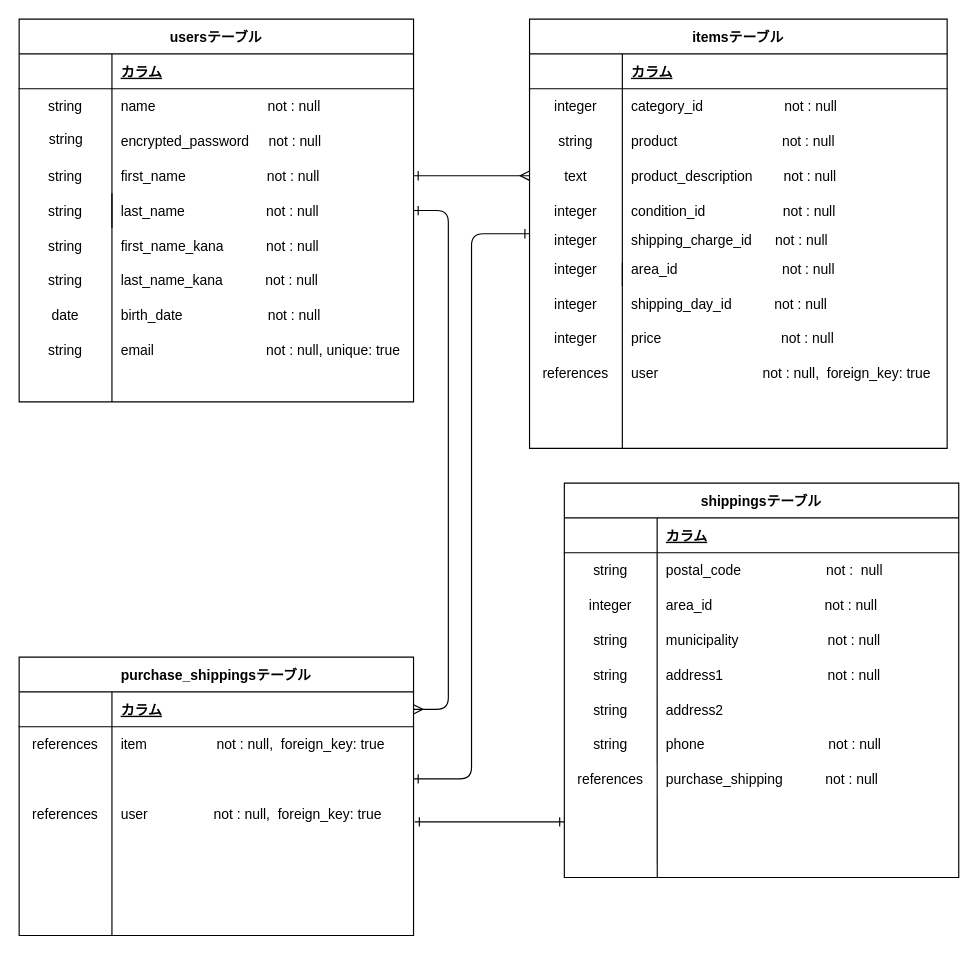
Earlier version of the draw.io diagram furima.dio (shigeruhanafusa/furima-38077). Source tidied: cells renumbered, new cells numbered last; positions are measured from the earlier drawing's top-left corner, leaving out a move shared by most shapes. Both pictures are drawn from the tidied source at 116%, with x=0, y=0 at pixel (19, 19).
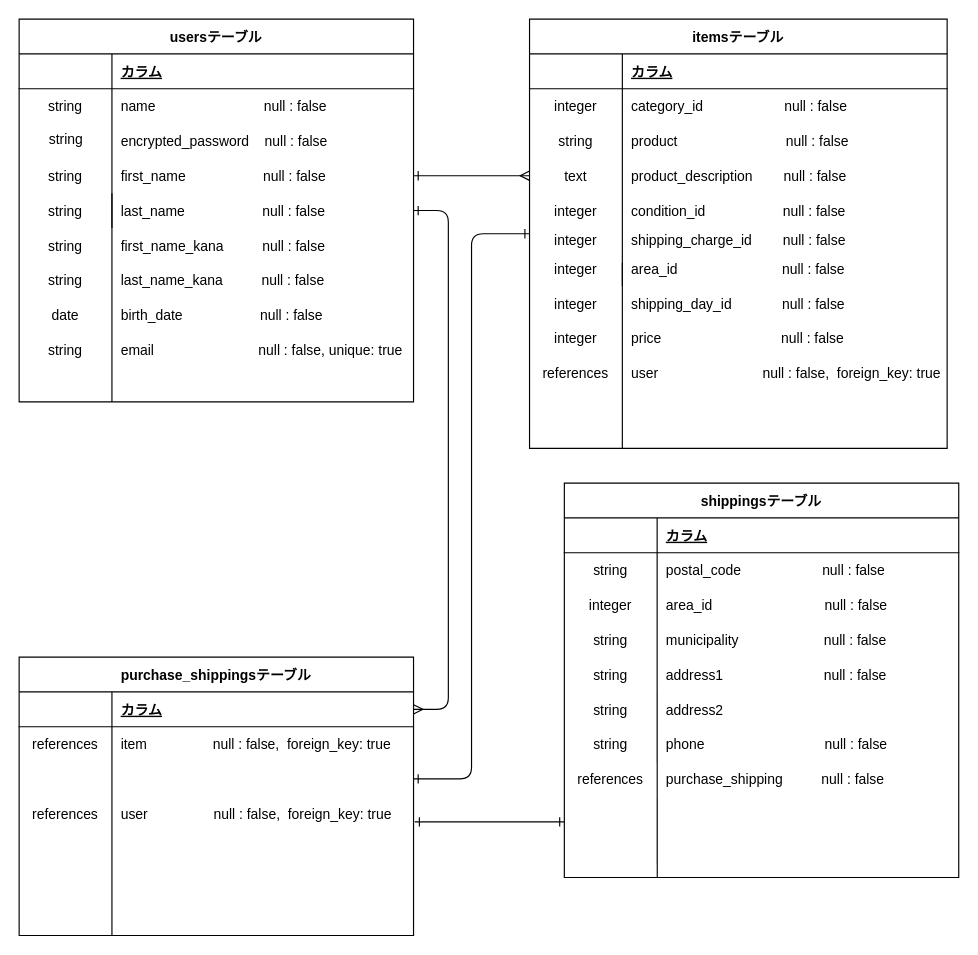
The same diagram, later.

Commit message:
ER図をnot:nullからnull:falseに修正

Unchanged cells that the change refers to:
```xml
<mxCell id="6" style="shape=partialRectangle;fillColor=none;top=0;left=0;bottom=0;right=0;" parent="2" vertex="1">
  <mxGeometry y="60" width="340" height="30" as="geometry" />
</mxCell>
<mxCell id="9" style="shape=partialRectangle;fillColor=none;top=0;left=0;bottom=0;right=0;" parent="2" vertex="1">
  <mxGeometry y="90" width="340" height="30" as="geometry" />
</mxCell>
<mxCell id="12" style="shape=partialRectangle;fillColor=none;top=0;left=0;bottom=0;right=0;points=[[0,0.5],[1,0.5]];portConstraint=eastwest;" parent="2" vertex="1">
  <mxGeometry y="120" width="340" height="30" as="geometry" />
</mxCell>
<mxCell id="15" style="shape=partialRectangle;fillColor=none;top=0;left=0;bottom=0;right=0;points=[[0,0.5],[1,0.5]];portConstraint=eastwest;" parent="2" vertex="1">
  <mxGeometry y="150" width="340" height="30" as="geometry" />
</mxCell>
<mxCell id="25" style="shape=partialRectangle;fillColor=none;top=0;left=0;bottom=0;right=0;" parent="21" vertex="1">
  <mxGeometry y="60" width="360" height="30" as="geometry" />
</mxCell>
<mxCell id="28" style="shape=partialRectangle;fillColor=none;top=0;left=0;bottom=0;right=0;" parent="21" vertex="1">
  <mxGeometry y="90" width="360" height="30" as="geometry" />
</mxCell>
<mxCell id="31" style="shape=partialRectangle;fillColor=none;top=0;left=0;bottom=0;right=0;points=[[0,0.5],[1,0.5]];portConstraint=eastwest;" parent="21" vertex="1">
  <mxGeometry y="120" width="360" height="30" as="geometry" />
</mxCell>
<mxCell id="34" style="shape=partialRectangle;fillColor=none;top=0;left=0;bottom=0;right=0;" parent="21" vertex="1">
  <mxGeometry y="150" width="360" height="30" as="geometry" />
</mxCell>
<mxCell id="37" style="shape=partialRectangle;fillColor=none;top=0;left=0;bottom=0;right=0;" parent="21" vertex="1">
  <mxGeometry y="180" width="360" height="20" as="geometry" />
</mxCell>
<mxCell id="40" style="shape=partialRectangle;fillColor=none;top=0;left=0;bottom=0;right=0;" parent="21" vertex="1">
  <mxGeometry y="200" width="360" height="30" as="geometry" />
</mxCell>
<mxCell id="47" style="shape=partialRectangle;fillColor=none;top=0;left=0;bottom=0;right=0;" parent="43" vertex="1">
  <mxGeometry y="60" width="340" height="30" as="geometry" />
</mxCell>
<mxCell id="50" style="shape=partialRectangle;fillColor=none;top=0;left=0;bottom=0;right=0;" parent="43" vertex="1">
  <mxGeometry y="90" width="340" height="30" as="geometry" />
</mxCell>
<mxCell id="53" style="shape=partialRectangle;fillColor=none;top=0;left=0;bottom=0;right=0;" parent="43" vertex="1">
  <mxGeometry y="120" width="340" height="30" as="geometry" />
</mxCell>
<mxCell id="56" style="shape=partialRectangle;fillColor=none;top=0;left=0;bottom=0;right=0;" parent="43" vertex="1">
  <mxGeometry y="150" width="340" height="30" as="geometry" />
</mxCell>
<mxCell id="89" style="shape=partialRectangle;fillColor=none;top=0;left=0;bottom=0;right=0;" parent="85" vertex="1">
  <mxGeometry y="60" width="340" height="30" as="geometry" />
</mxCell>
<mxCell id="95" style="shape=partialRectangle;fillColor=none;top=0;left=0;bottom=0;right=0;points=[[0,0.5],[1,0.5]];portConstraint=eastwest;" parent="85" vertex="1">
  <mxGeometry y="120" width="340" height="30" as="geometry" />
</mxCell>
```

What changed in the source:
```diff
@@
-    <mxCell id="8" value="name                             not : null" style="shape=partialRectangle;fillColor=none;top=0;left=0;bottom=0;right=0;align=left;spacingLeft=6;overflow=hidden;" parent="6" vertex="1">
+    <mxCell id="8" value="name                            null : false" style="shape=partialRectangle;fillColor=none;top=0;left=0;bottom=0;right=0;align=left;spacingLeft=6;overflow=hidden;" parent="6" vertex="1">
       <mxGeometry x="80" width="260" height="30" as="geometry" />
     </mxCell>
@@
-    <mxCell id="11" value="encrypted_password     not : null" style="shape=partialRectangle;fillColor=none;top=0;left=0;bottom=0;right=0;align=left;spacingLeft=6;overflow=hidden;" parent="9" vertex="1">
+    <mxCell id="11" value="encrypted_password    null : false" style="shape=partialRectangle;fillColor=none;top=0;left=0;bottom=0;right=0;align=left;spacingLeft=6;overflow=hidden;" parent="9" vertex="1">
       <mxGeometry x="80" width="260" height="30" as="geometry" />
     </mxCell>
@@
-    <mxCell id="14" value="first_name                     not : null" style="shape=partialRectangle;fillColor=none;top=0;left=0;bottom=0;right=0;align=left;spacingLeft=6;overflow=hidden;" parent="12" vertex="1">
+    <mxCell id="14" value="first_name                    null : false" style="shape=partialRectangle;fillColor=none;top=0;left=0;bottom=0;right=0;align=left;spacingLeft=6;overflow=hidden;" parent="12" vertex="1">
       <mxGeometry x="80" width="260" height="30" as="geometry" />
     </mxCell>
@@
-    <mxCell id="17" value="last_name                     not : null" style="shape=partialRectangle;fillColor=none;top=0;left=0;bottom=0;right=0;align=left;spacingLeft=6;overflow=hidden;" parent="15" vertex="1">
+    <mxCell id="17" value="last_name                    null : false" style="shape=partialRectangle;fillColor=none;top=0;left=0;bottom=0;right=0;align=left;spacingLeft=6;overflow=hidden;" parent="15" vertex="1">
       <mxGeometry x="80" width="260" height="30" as="geometry" />
     </mxCell>
@@
-    <mxCell id="27" value="category_id                     not : null" style="shape=partialRectangle;fillColor=none;top=0;left=0;bottom=0;right=0;align=left;spacingLeft=6;overflow=hidden;" parent="25" vertex="1">
+    <mxCell id="27" value="category_id                     null : false" style="shape=partialRectangle;fillColor=none;top=0;left=0;bottom=0;right=0;align=left;spacingLeft=6;overflow=hidden;" parent="25" vertex="1">
       <mxGeometry x="80" width="280" height="30" as="geometry" />
     </mxCell>
@@
-    <mxCell id="30" value="product                           not : null" style="shape=partialRectangle;fillColor=none;top=0;left=0;bottom=0;right=0;align=left;spacingLeft=6;overflow=hidden;" parent="28" vertex="1">
+    <mxCell id="30" value="product                            null : false" style="shape=partialRectangle;fillColor=none;top=0;left=0;bottom=0;right=0;align=left;spacingLeft=6;overflow=hidden;" parent="28" vertex="1">
       <mxGeometry x="80" width="280" height="30" as="geometry" />
     </mxCell>
@@
-    <mxCell id="33" value="product_description        not : null" style="shape=partialRectangle;fillColor=none;top=0;left=0;bottom=0;right=0;align=left;spacingLeft=6;overflow=hidden;" parent="31" vertex="1">
+    <mxCell id="33" value="product_description        null : false" style="shape=partialRectangle;fillColor=none;top=0;left=0;bottom=0;right=0;align=left;spacingLeft=6;overflow=hidden;" parent="31" vertex="1">
       <mxGeometry x="80" width="280" height="30" as="geometry" />
     </mxCell>
@@
-    <mxCell id="36" value="condition_id                    not : null" style="shape=partialRectangle;fillColor=none;top=0;left=0;bottom=0;right=0;align=left;spacingLeft=6;overflow=hidden;" parent="34" vertex="1">
+    <mxCell id="36" value="condition_id                    null : false" style="shape=partialRectangle;fillColor=none;top=0;left=0;bottom=0;right=0;align=left;spacingLeft=6;overflow=hidden;" parent="34" vertex="1">
       <mxGeometry x="80" width="280" height="30" as="geometry" />
     </mxCell>
@@
-    <mxCell id="39" value="shipping_charge_id      not : null" style="shape=partialRectangle;fillColor=none;top=0;left=0;bottom=0;right=0;align=left;spacingLeft=6;overflow=hidden;" parent="37" vertex="1">
+    <mxCell id="39" value="shipping_charge_id        null : false" style="shape=partialRectangle;fillColor=none;top=0;left=0;bottom=0;right=0;align=left;spacingLeft=6;overflow=hidden;" parent="37" vertex="1">
       <mxGeometry x="80" width="280" height="20" as="geometry" />
     </mxCell>
@@
-    <mxCell id="42" value="area_id                           not : null" style="shape=partialRectangle;fillColor=none;top=0;left=0;bottom=0;right=0;align=left;spacingLeft=6;overflow=hidden;" parent="40" vertex="1">
+    <mxCell id="42" value="area_id                           null : false" style="shape=partialRectangle;fillColor=none;top=0;left=0;bottom=0;right=0;align=left;spacingLeft=6;overflow=hidden;fontStyle=0;" parent="40" vertex="1">
       <mxGeometry x="80" width="280" height="30" as="geometry" />
     </mxCell>
@@
-    <mxCell id="49" value="postal_code                      not :  null" style="shape=partialRectangle;fillColor=none;top=0;left=0;bottom=0;right=0;align=left;spacingLeft=6;overflow=hidden;" parent="47" vertex="1">
+    <mxCell id="49" value="postal_code                     null : false" style="shape=partialRectangle;fillColor=none;top=0;left=0;bottom=0;right=0;align=left;spacingLeft=6;overflow=hidden;" parent="47" vertex="1">
       <mxGeometry x="80" width="260" height="30" as="geometry" />
     </mxCell>
@@
-    <mxCell id="52" value="area_id                             not : null" style="shape=partialRectangle;fillColor=none;top=0;left=0;bottom=0;right=0;align=left;spacingLeft=6;overflow=hidden;" parent="50" vertex="1">
+    <mxCell id="52" value="area_id                             null : false" style="shape=partialRectangle;fillColor=none;top=0;left=0;bottom=0;right=0;align=left;spacingLeft=6;overflow=hidden;" parent="50" vertex="1">
       <mxGeometry x="80" width="260" height="30" as="geometry" />
     </mxCell>
@@
-    <mxCell id="55" value="municipality                       not : null" style="shape=partialRectangle;fillColor=none;top=0;left=0;bottom=0;right=0;align=left;spacingLeft=6;overflow=hidden;" parent="53" vertex="1">
+    <mxCell id="55" value="municipality                      null : false" style="shape=partialRectangle;fillColor=none;top=0;left=0;bottom=0;right=0;align=left;spacingLeft=6;overflow=hidden;" parent="53" vertex="1">
       <mxGeometry x="80" width="260" height="30" as="geometry" />
     </mxCell>
@@
-    <mxCell id="58" value="address1                           not : null" style="shape=partialRectangle;fillColor=none;top=0;left=0;bottom=0;right=0;align=left;spacingLeft=6;overflow=hidden;" parent="56" vertex="1">
+    <mxCell id="58" value="address1                          null : false" style="shape=partialRectangle;fillColor=none;top=0;left=0;bottom=0;right=0;align=left;spacingLeft=6;overflow=hidden;" parent="56" vertex="1">
       <mxGeometry x="80" width="260" height="30" as="geometry" />
     </mxCell>
@@
-    <mxCell id="65" value="shipping_day_id           not : null" style="shape=partialRectangle;fillColor=none;top=0;left=0;bottom=0;right=0;align=left;spacingLeft=6;overflow=hidden;" parent="1" vertex="1">
+    <mxCell id="65" value="shipping_day_id             null : false" style="shape=partialRectangle;fillColor=none;top=0;left=0;bottom=0;right=0;align=left;spacingLeft=6;overflow=hidden;" parent="1" vertex="1">
       <mxGeometry x="520" y="230" width="200" height="30" as="geometry" />
     </mxCell>
-    <mxCell id="66" value="price                               not : null" style="shape=partialRectangle;fillColor=none;top=0;left=0;bottom=0;right=0;align=left;spacingLeft=6;overflow=hidden;" parent="1" vertex="1">
+    <mxCell id="66" value="price                               null : false" style="shape=partialRectangle;fillColor=none;top=0;left=0;bottom=0;right=0;align=left;spacingLeft=6;overflow=hidden;" parent="1" vertex="1">
       <mxGeometry x="520" y="260" width="200" height="30" as="geometry" />
     </mxCell>
@@
-    <mxCell id="68" value="user                           not : null,  foreign_key: true" style="shape=partialRectangle;fillColor=none;top=0;left=0;bottom=0;right=0;align=left;spacingLeft=6;overflow=hidden;" parent="1" vertex="1">
+    <mxCell id="68" value="user                           null : false,  foreign_key: true" style="shape=partialRectangle;fillColor=none;top=0;left=0;bottom=0;right=0;align=left;spacingLeft=6;overflow=hidden;" parent="1" vertex="1">
       <mxGeometry x="520" y="290" width="280" height="30" as="geometry" />
     </mxCell>
-    <mxCell id="69" value="first_name_kana           not : null" style="shape=partialRectangle;fillColor=none;top=0;left=0;bottom=0;right=0;align=left;spacingLeft=6;overflow=hidden;" parent="1" vertex="1">
+    <mxCell id="69" value="first_name_kana          null : false" style="shape=partialRectangle;fillColor=none;top=0;left=0;bottom=0;right=0;align=left;spacingLeft=6;overflow=hidden;" parent="1" vertex="1">
       <mxGeometry x="80" y="180" width="190" height="30" as="geometry" />
     </mxCell>
-    <mxCell id="70" value="last_name_kana           not : null" style="shape=partialRectangle;fillColor=none;top=0;left=0;bottom=0;right=0;align=left;spacingLeft=6;overflow=hidden;" parent="1" vertex="1">
+    <mxCell id="70" value="last_name_kana          null : false" style="shape=partialRectangle;fillColor=none;top=0;left=0;bottom=0;right=0;align=left;spacingLeft=6;overflow=hidden;" parent="1" vertex="1">
       <mxGeometry x="80" y="210" width="190" height="30" as="geometry" />
     </mxCell>
@@
-    <mxCell id="73" value="birth_date                      not : null" style="shape=partialRectangle;fillColor=none;top=0;left=0;bottom=0;right=0;align=left;spacingLeft=6;overflow=hidden;" parent="1" vertex="1">
+    <mxCell id="73" value="birth_date                    null : false" style="shape=partialRectangle;fillColor=none;top=0;left=0;bottom=0;right=0;align=left;spacingLeft=6;overflow=hidden;" parent="1" vertex="1">
       <mxGeometry x="80" y="240" width="190" height="30" as="geometry" />
     </mxCell>
@@
-    <mxCell id="78" value="purchase_shipping           not : null" style="shape=partialRectangle;fillColor=none;top=0;left=0;bottom=0;right=0;align=left;spacingLeft=6;overflow=hidden;" parent="1" vertex="1">
+    <mxCell id="78" value="purchase_shipping          null : false" style="shape=partialRectangle;fillColor=none;top=0;left=0;bottom=0;right=0;align=left;spacingLeft=6;overflow=hidden;" parent="1" vertex="1">
       <mxGeometry x="550" y="640" width="260" height="30" as="geometry" />
     </mxCell>
@@
-    <mxCell id="83" value="phone                                not : null" style="shape=partialRectangle;fillColor=none;top=0;left=0;bottom=0;right=0;align=left;spacingLeft=6;overflow=hidden;" parent="1" vertex="1">
+    <mxCell id="83" value="phone                               null : false" style="shape=partialRectangle;fillColor=none;top=0;left=0;bottom=0;right=0;align=left;spacingLeft=6;overflow=hidden;" parent="1" vertex="1">
       <mxGeometry x="550" y="610" width="260" height="30" as="geometry" />
     </mxCell>
@@
-    <mxCell id="91" value="item                  not : null,  foreign_key: true" style="shape=partialRectangle;fillColor=none;top=0;left=0;bottom=0;right=0;align=left;spacingLeft=6;overflow=hidden;" parent="89" vertex="1">
+    <mxCell id="91" value="item                 null : false,  foreign_key: true" style="shape=partialRectangle;fillColor=none;top=0;left=0;bottom=0;right=0;align=left;spacingLeft=6;overflow=hidden;" parent="89" vertex="1">
       <mxGeometry x="80" width="260" height="30" as="geometry" />
     </mxCell>
@@
-    <mxCell id="97" value="user                 not : null,  foreign_key: true" style="shape=partialRectangle;fillColor=none;top=0;left=0;bottom=0;right=0;align=left;spacingLeft=6;overflow=hidden;" parent="95" vertex="1">
+    <mxCell id="97" value="user                 null : false,  foreign_key: true" style="shape=partialRectangle;fillColor=none;top=0;left=0;bottom=0;right=0;align=left;spacingLeft=6;overflow=hidden;" parent="95" vertex="1">
       <mxGeometry x="80" width="260" height="30" as="geometry" />
     </mxCell>
@@
-    <mxCell id="105" value="email                             not : null, unique: true" style="shape=partialRectangle;fillColor=none;top=0;left=0;bottom=0;right=0;align=left;spacingLeft=6;overflow=hidden;" parent="1" vertex="1">
+    <mxCell id="105" value="email                           null : false, unique: true" style="shape=partialRectangle;fillColor=none;top=0;left=0;bottom=0;right=0;align=left;spacingLeft=6;overflow=hidden;" parent="1" vertex="1">
       <mxGeometry x="80" y="270" width="260" height="30" as="geometry" />
     </mxCell>
```
